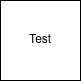
GadW6/DevOps_Pro1__DevOps keeps this draw.io diagram as DevOps_Pro1.drawio.png. Above is the earlier version. Source tidied: cells renumbered, new cells last; positions are measured from the earlier drawing's top-left corner, leaving out a move shared by most shapes.
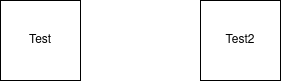
Above is the later version.

What changed in the source:
```diff
@@ -5,5 +5,8 @@
     <mxCell id="2" value="Test" style="whiteSpace=wrap;html=1;" parent="1" vertex="1">
       <mxGeometry width="80" height="80" as="geometry" />
     </mxCell>
+    <mxCell id="3" value="Test2" style="whiteSpace=wrap;html=1;" parent="1" vertex="1">
+      <mxGeometry x="200" width="80" height="80" as="geometry" />
+    </mxCell>
   </root>
 </mxGraphModel>
```
